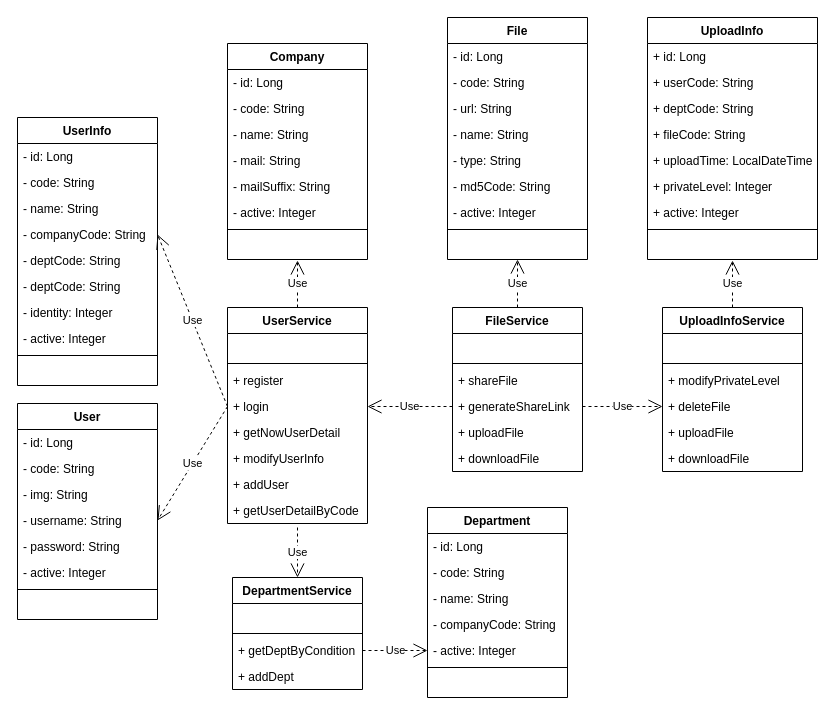
Before: leitu3.drawio in ppp-203/ppp-203, a draw.io diagram. Source tidied: cells renumbered, new cells numbered last; positions are measured from the earlier drawing's top-left corner, leaving out a move shared by most shapes. Both pictures are drawn from the tidied source at 100%, with x=0, y=0 at pixel (17, 17).
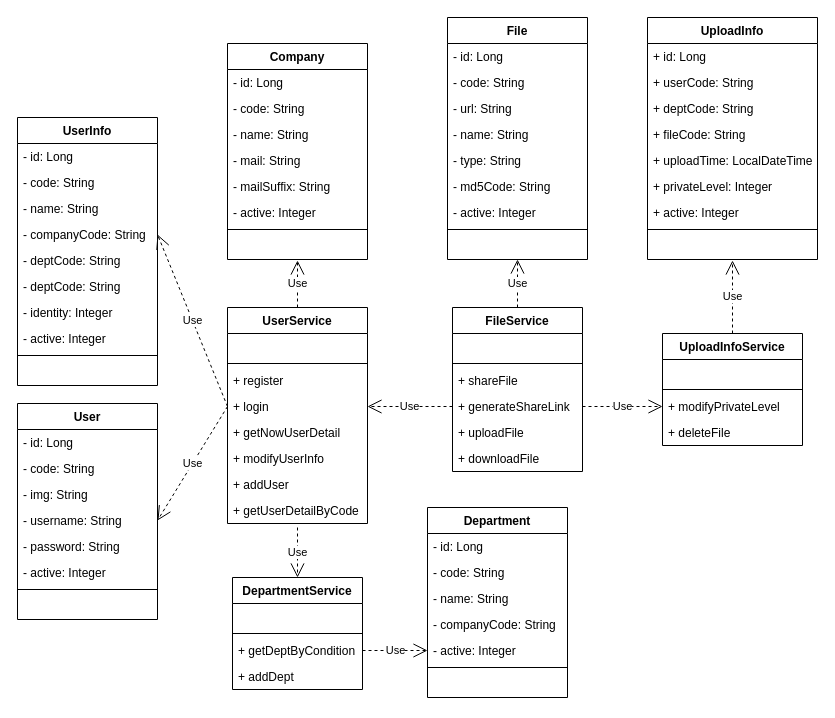
Above is the later version.

Unchanged cells that the change refers to:
```xml
<mxCell id="6" value="+ generateShareLink" style="text;strokeColor=none;fillColor=none;align=left;verticalAlign=top;spacingLeft=4;spacingRight=4;overflow=hidden;points=[[0,0.5],[1,0.5]];portConstraint=eastwest;" parent="2" vertex="1">
  <mxGeometry y="86" width="130" height="26" as="geometry" />
</mxCell>
<mxCell id="12" value="+ modifyPrivateLevel" style="text;strokeColor=none;fillColor=none;align=left;verticalAlign=top;spacingLeft=4;spacingRight=4;overflow=hidden;points=[[0,0.5],[1,0.5]];portConstraint=eastwest;" parent="9" vertex="1">
  <mxGeometry y="60" width="140" height="26" as="geometry" />
</mxCell>
<mxCell id="13" value="+ deleteFile" style="text;strokeColor=none;fillColor=none;align=left;verticalAlign=top;spacingLeft=4;spacingRight=4;overflow=hidden;points=[[0,0.5],[1,0.5]];portConstraint=eastwest;" parent="9" vertex="1">
  <mxGeometry y="86" width="140" height="26" as="geometry" />
</mxCell>
```

Change to the diagram source:
```diff
@@
     <mxCell id="9" value="UploadInfoService" style="swimlane;fontStyle=1;align=center;verticalAlign=top;horizontal=1;startSize=26;" parent="1" vertex="1">
-      <mxGeometry x="645" y="290" width="140" height="164" as="geometry" />
+      <mxGeometry x="645" y="316" width="140" height="112" as="geometry" />
     </mxCell>
@@
-    <mxCell id="14" value="+ uploadFile" style="text;strokeColor=none;fillColor=none;align=left;verticalAlign=top;spacingLeft=4;spacingRight=4;overflow=hidden;" parent="9" vertex="1">
-      <mxGeometry y="112" width="140" height="26" as="geometry" />
-    </mxCell>
-    <mxCell id="15" value="+ downloadFile" style="text;strokeColor=none;fillColor=none;align=left;verticalAlign=top;spacingLeft=4;spacingRight=4;overflow=hidden;" parent="9" vertex="1">
-      <mxGeometry y="138" width="140" height="26" as="geometry" />
-    </mxCell>
@@
-    <mxCell id="95" value="Use" style="endArrow=open;endSize=12;dashed=1;html=1;rounded=0;exitX=1;exitY=0.5;exitDx=0;exitDy=0;entryX=0;entryY=0.5;entryDx=0;entryDy=0;" parent="1" edge="1" source="6" target="13">
+    <mxCell id="95" value="Use" style="endArrow=open;endSize=12;dashed=1;html=1;rounded=0;exitX=1;exitY=0.5;exitDx=0;exitDy=0;entryX=0;entryY=0.5;entryDx=0;entryDy=0;" parent="1" edge="1" source="6" target="12">
       <mxGeometry relative="1" as="geometry" />
     </mxCell>
```
